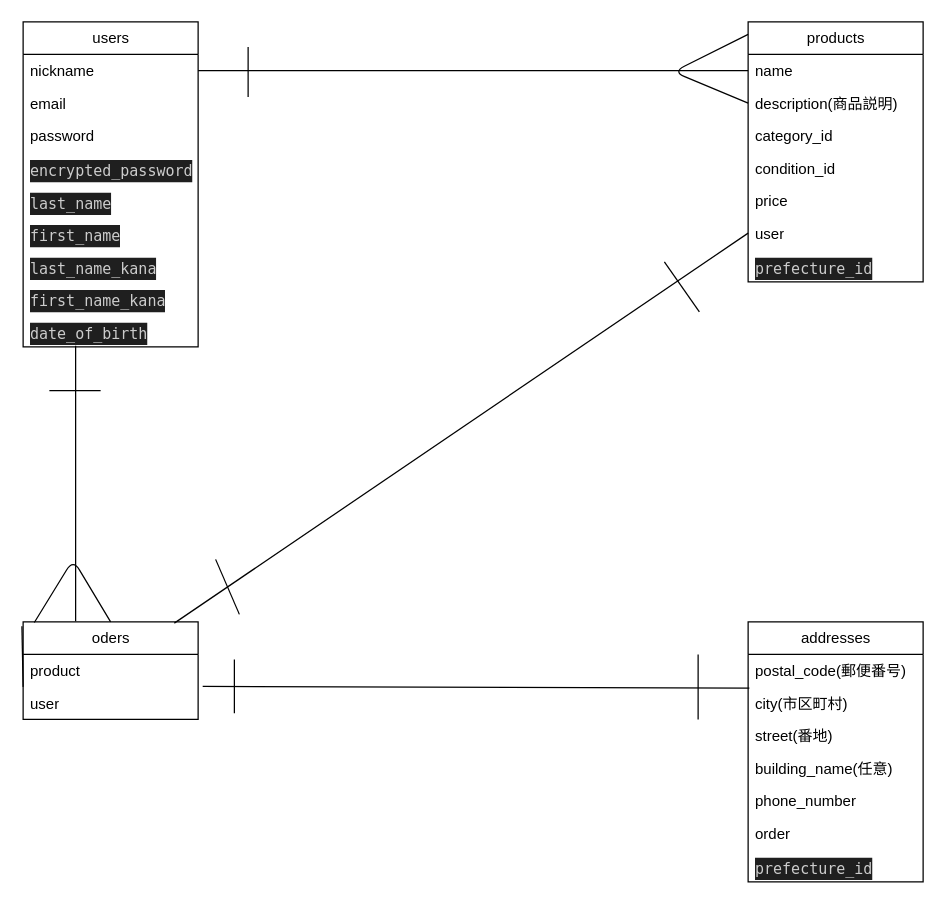
The draw.io diagram furima_er.dio in yuuukikiki/furima-41368, before the edit. Source tidied: cells renumbered, new cells numbered last; positions are measured from the earlier drawing's top-left corner, leaving out a move shared by most shapes. Both pictures are drawn from the tidied source at 125%, with x=0, y=0 at pixel (22, 21).
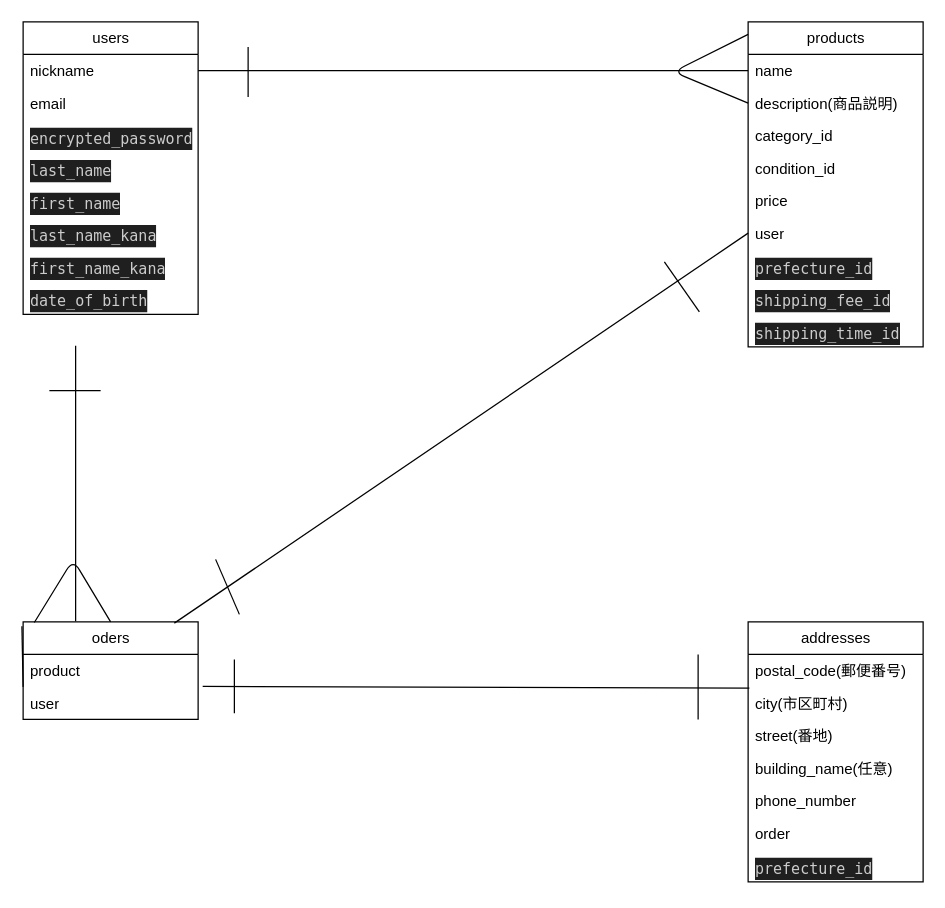
After the change.

Commit message (it also covers changes not shown here):
データベース設計(修正2)

Change to the diagram source:
```diff
@@
     <mxCell id="2" value="users" style="swimlane;fontStyle=0;horizontal=1;startSize=26;fillColor=none;html=1;" parent="1" vertex="1">
-      <mxGeometry width="140" height="260" as="geometry" />
+      <mxGeometry width="140" height="234" as="geometry" />
     </mxCell>
@@
-    <mxCell id="5" value="password&lt;br&gt;&lt;br&gt;" style="text;strokeColor=none;fillColor=none;align=left;verticalAlign=top;spacingLeft=4;spacingRight=4;overflow=hidden;whiteSpace=wrap;html=1;" parent="2" vertex="1">
-      <mxGeometry y="78" width="140" height="26" as="geometry" />
-    </mxCell>
     <mxCell id="6" value="&lt;div style=&quot;color: rgb(204, 204, 204); background-color: rgb(31, 31, 31); font-family: Menlo, Monaco, &amp;quot;Courier New&amp;quot;, monospace; line-height: 18px;&quot;&gt;encrypted_password&lt;/div&gt;" style="text;strokeColor=none;fillColor=none;align=left;verticalAlign=top;spacingLeft=4;spacingRight=4;overflow=hidden;whiteSpace=wrap;html=1;" parent="2" vertex="1">
-      <mxGeometry y="104" width="140" height="26" as="geometry" />
+      <mxGeometry y="78" width="140" height="26" as="geometry" />
     </mxCell>
     <mxCell id="7" value="&lt;div style=&quot;color: rgb(204, 204, 204); background-color: rgb(31, 31, 31); font-family: Menlo, Monaco, &amp;quot;Courier New&amp;quot;, monospace; line-height: 18px;&quot;&gt;last_name&lt;/div&gt;" style="text;strokeColor=none;fillColor=none;align=left;verticalAlign=top;spacingLeft=4;spacingRight=4;overflow=hidden;whiteSpace=wrap;html=1;" parent="2" vertex="1">
-      <mxGeometry y="130" width="140" height="26" as="geometry" />
+      <mxGeometry y="104" width="140" height="26" as="geometry" />
     </mxCell>
     <mxCell id="8" value="&lt;div style=&quot;color: rgb(204, 204, 204); background-color: rgb(31, 31, 31); font-family: Menlo, Monaco, &amp;quot;Courier New&amp;quot;, monospace; line-height: 18px;&quot;&gt;first_name&lt;/div&gt;" style="text;align=left;verticalAlign=top;spacingLeft=4;spacingRight=4;overflow=hidden;whiteSpace=wrap;html=1;" parent="2" vertex="1">
-      <mxGeometry y="156" width="140" height="26" as="geometry" />
+      <mxGeometry y="130" width="140" height="26" as="geometry" />
     </mxCell>
     <mxCell id="9" value="&lt;div style=&quot;color: rgb(204, 204, 204); background-color: rgb(31, 31, 31); font-family: Menlo, Monaco, &amp;quot;Courier New&amp;quot;, monospace; line-height: 18px;&quot;&gt;last_name_kana&lt;/div&gt;" style="text;strokeColor=none;fillColor=none;align=left;verticalAlign=top;spacingLeft=4;spacingRight=4;overflow=hidden;whiteSpace=wrap;html=1;" parent="2" vertex="1">
-      <mxGeometry y="182" width="140" height="26" as="geometry" />
+      <mxGeometry y="156" width="140" height="26" as="geometry" />
     </mxCell>
     <mxCell id="10" value="&lt;div style=&quot;color: rgb(204, 204, 204); background-color: rgb(31, 31, 31); font-family: Menlo, Monaco, &amp;quot;Courier New&amp;quot;, monospace; line-height: 18px;&quot;&gt;&lt;div style=&quot;line-height: 18px;&quot;&gt;first_name_kana&lt;/div&gt;&lt;/div&gt;" style="text;strokeColor=none;fillColor=none;align=left;verticalAlign=top;spacingLeft=4;spacingRight=4;overflow=hidden;whiteSpace=wrap;html=1;" parent="2" vertex="1">
-      <mxGeometry y="208" width="140" height="26" as="geometry" />
+      <mxGeometry y="182" width="140" height="26" as="geometry" />
     </mxCell>
     <mxCell id="11" value="&lt;div style=&quot;color: rgb(204, 204, 204); background-color: rgb(31, 31, 31); font-family: Menlo, Monaco, &amp;quot;Courier New&amp;quot;, monospace; line-height: 18px;&quot;&gt;&lt;div style=&quot;line-height: 18px;&quot;&gt;&lt;div style=&quot;line-height: 18px;&quot;&gt;date_of_birth&lt;/div&gt;&lt;/div&gt;&lt;/div&gt;" style="text;strokeColor=none;fillColor=none;align=left;verticalAlign=top;spacingLeft=4;spacingRight=4;overflow=hidden;whiteSpace=wrap;html=1;" parent="2" vertex="1">
-      <mxGeometry y="234" width="140" height="26" as="geometry" />
+      <mxGeometry y="208" width="140" height="26" as="geometry" />
     </mxCell>
     <mxCell id="12" value="products" style="swimlane;fontStyle=0;horizontal=1;startSize=26;fillColor=none;html=1;" parent="1" vertex="1">
-      <mxGeometry x="580" width="140" height="208" as="geometry" />
+      <mxGeometry x="580" width="140" height="260" as="geometry" />
     </mxCell>
@@
+    <mxCell id="45" value="&lt;div style=&quot;color: rgb(204, 204, 204); background-color: rgb(31, 31, 31); font-family: Menlo, Monaco, &amp;quot;Courier New&amp;quot;, monospace; line-height: 18px;&quot;&gt;&lt;div style=&quot;line-height: 18px;&quot;&gt;shipping_fee_id&lt;/div&gt;&lt;/div&gt;" style="text;strokeColor=none;fillColor=none;align=left;verticalAlign=top;spacingLeft=4;spacingRight=4;overflow=hidden;whiteSpace=wrap;html=1;" parent="12" vertex="1">
+      <mxGeometry y="208" width="140" height="26" as="geometry" />
+    </mxCell>
+    <mxCell id="46" value="&lt;div style=&quot;color: rgb(204, 204, 204); background-color: rgb(31, 31, 31); font-family: Menlo, Monaco, &amp;quot;Courier New&amp;quot;, monospace; line-height: 18px;&quot;&gt;&lt;div style=&quot;line-height: 18px;&quot;&gt;&lt;div style=&quot;line-height: 18px;&quot;&gt;shipping_time_id&lt;/div&gt;&lt;/div&gt;&lt;/div&gt;" style="text;strokeColor=none;fillColor=none;align=left;verticalAlign=top;spacingLeft=4;spacingRight=4;overflow=hidden;whiteSpace=wrap;html=1;" parent="12" vertex="1">
+      <mxGeometry y="234" width="140" height="26" as="geometry" />
+    </mxCell>
```
